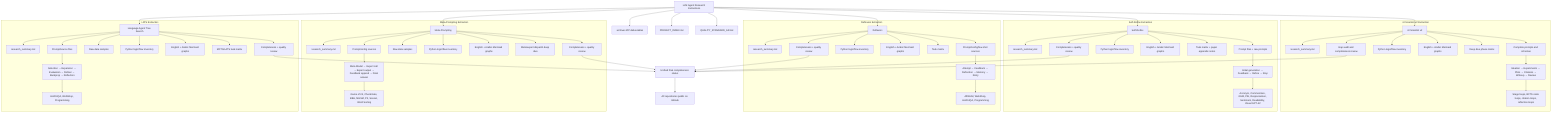
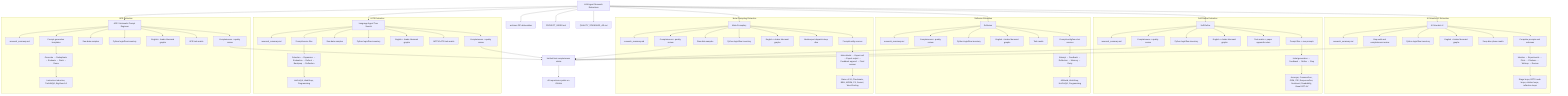
flowchart TD
  ROOT[LLM Agent Research Extractions] --> AIS[AI Scientist v2]
  ROOT --> SR[Self-Refine]
  ROOT --> RX[Reflexion]
  ROOT --> MP[Meta-Prompting]
  ROOT --> LATS[Language Agent Tree Search]
+   ROOT --> APE[APE / Automatic Prompt Engineer]

  subgraph AIP[AI Scientist v2 Extraction]
    AIS --> AI_SUM[research_summary.md]
    AIS --> AI_PROMPTS[Complete prompts and schemas]
    AIS --> AI_LOGIC[Python logic/flow inventory]
    AIS --> AI_GRAPH[English + Arabic Mermaid graphs]
    AIS --> AI_DEEP[Deep dive phase matrix]
    AIS --> AI_AUDIT[Gap audit and completeness review]
    AI_PROMPTS --> AI_PHASES[Ideation → Experiments → Plots → Citations → Writeup → Review]
    AI_PHASES --> AI_LOOPS[Stage loops, BFTS node loops, citation loops, reflection loops]
  end

  subgraph SRP[Self-Refine Extraction]
    SR --> SR_SUM[research_summary.md]
    SR --> SR_PROMPTS[Prompt files + raw prompts]
    SR --> SR_LOGIC[Python logic/flow inventory]
    SR --> SR_GRAPH[English + Arabic Mermaid graphs]
    SR --> SR_DEEP[Task matrix + paper appendix notes]
    SR --> SR_AUDIT[Completeness + quality review]
    SR_PROMPTS --> SR_PHASES[Initial generation → Feedback → Refine → Stop]
    SR_PHASES --> SR_TASKS[Acronym, CommonGen, GSM, PIE, ResponseGen, Sentiment, Readability, Visual GPT-4V]
  end

  subgraph RXP[Reflexion Extraction]
    RX --> RX_SUM[research_summary.md]
    RX --> RX_PROMPTS[Prompt/config/few-shot sources]
    RX --> RX_LOGIC[Python logic/flow inventory]
    RX --> RX_GRAPH[English + Arabic Mermaid graphs]
    RX --> RX_DEEP[Task matrix]
    RX --> RX_AUDIT[Completeness + quality review]
    RX_PROMPTS --> RX_PHASES[Attempt → Feedback → Reflection → Memory → Retry]
    RX_PHASES --> RX_TASKS[AlfWorld, WebShop, HotPotQA, Programming]
  end


  subgraph MPP[Meta-Prompting Extraction]
    MP --> MP_SUM[research_summary.md]
    MP --> MP_PROMPTS[Prompt/config sources]
    MP --> MP_DATA[Raw data samples]
    MP --> MP_LOGIC[Python logic/flow inventory]
    MP --> MP_GRAPH[English + Arabic Mermaid graphs]
    MP --> MP_DEEP[Meta/expert dispatch deep dive]
    MP --> MP_AUDIT[Completeness + quality review]
    MP_PROMPTS --> MP_PHASES[Meta Model → Expert call → Expert output → Feedback append → Final answer]
    MP_PHASES --> MP_TASKS[Game of 24, Checkmate, BBH, MGSM, P3, Sonnet, Word Sorting]
  end


  subgraph LATSP[LATS Extraction]
    LATS --> LATS_SUM[research_summary.md]
    LATS --> LATS_PROMPTS[Prompt/source files]
    LATS --> LATS_DATA[Raw data samples]
    LATS --> LATS_LOGIC[Python logic/flow inventory]
    LATS --> LATS_GRAPH[English + Arabic Mermaid graphs]
    LATS --> LATS_DEEP[MCTS/LATS task matrix]
    LATS --> LATS_AUDIT[Completeness + quality review]
    LATS_PROMPTS --> LATS_PHASES[Selection → Expansion → Evaluation → Rollout → Backprop → Reflection]
    LATS_PHASES --> LATS_TASKS[HotPotQA, WebShop, Programming]
  end

+   subgraph APEP[APE Extraction]
+     APE --> APE_SUM[research_summary.md]
+     APE --> APE_PROMPTS[Prompt generation templates]
+     APE --> APE_DATA[Raw data samples]
+     APE --> APE_LOGIC[Python logic/flow inventory]
+     APE --> APE_GRAPH[English + Arabic Mermaid graphs]
+     APE --> APE_DEEP[APE task matrix]
+     APE --> APE_AUDIT[Completeness + quality review]
+     APE_PROMPTS --> APE_PHASES[Generate → Deduplicate → Evaluate → Rank → Demo]
+     APE_PHASES --> APE_TASKS[Instruction Induction, TruthfulQA, Big-Bench II]
+   end
+ 
  ROOT --> ARCH[archives ZIP deliverables]
  ROOT --> INDEX[PROJECT_INDEX.md]
  ROOT --> STANDARD[QUALITY_STANDARD_AR.md]

  AI_AUDIT --> FINAL[Unified final completeness status]
  SR_AUDIT --> FINAL
  RX_AUDIT --> FINAL
  MP_AUDIT --> FINAL
  LATS_AUDIT --> FINAL
+   APE_AUDIT --> FINAL
  FINAL --> PUBLIC[All repositories public on GitHub]
+ 
